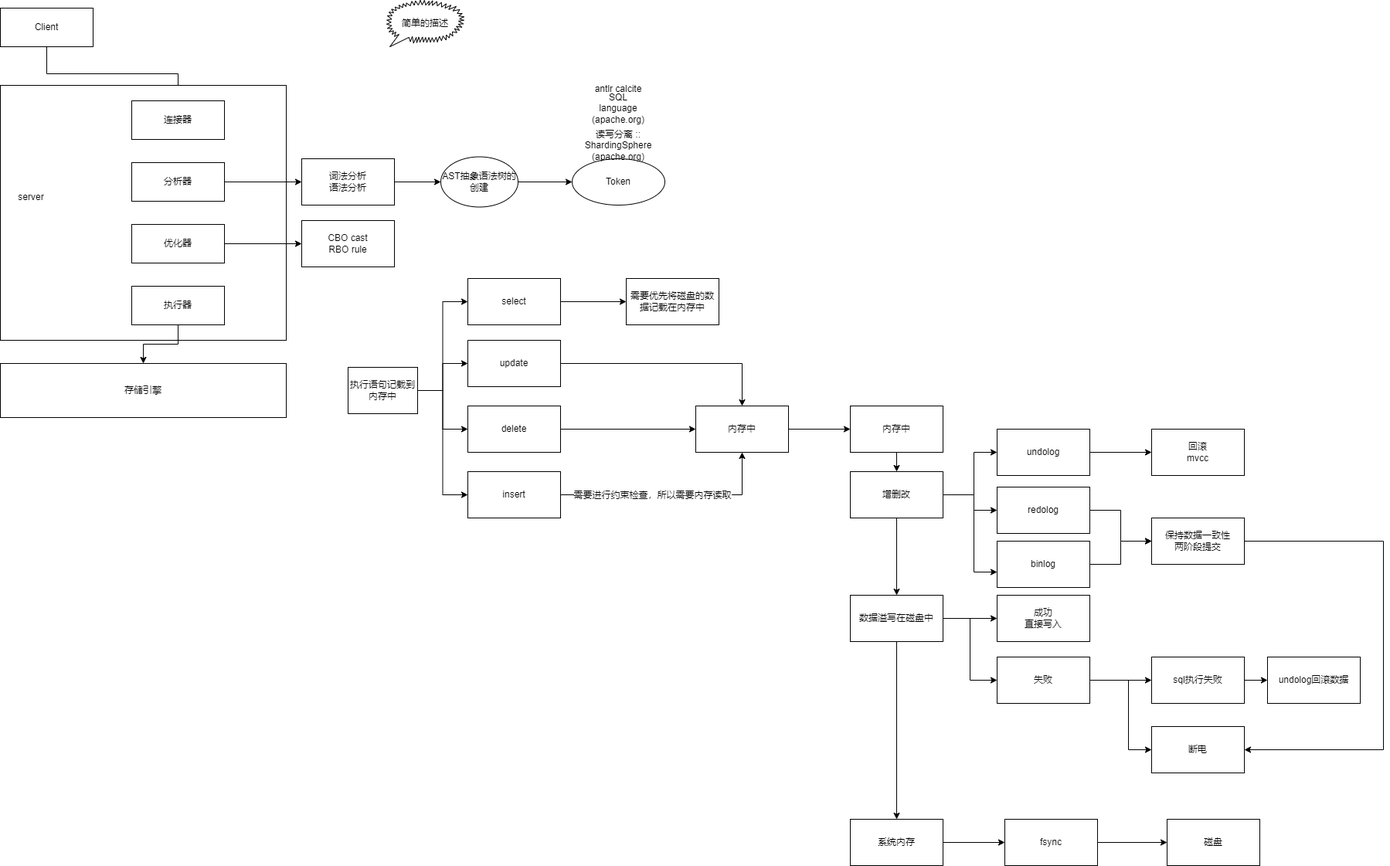
The draw.io diagram mysql执行.drawio.png in ShortPupil/VPicture, before a commit. Source tidied: cells renumbered, new cells last; positions are measured from the earlier drawing's top-left corner, leaving out a move shared by most shapes.
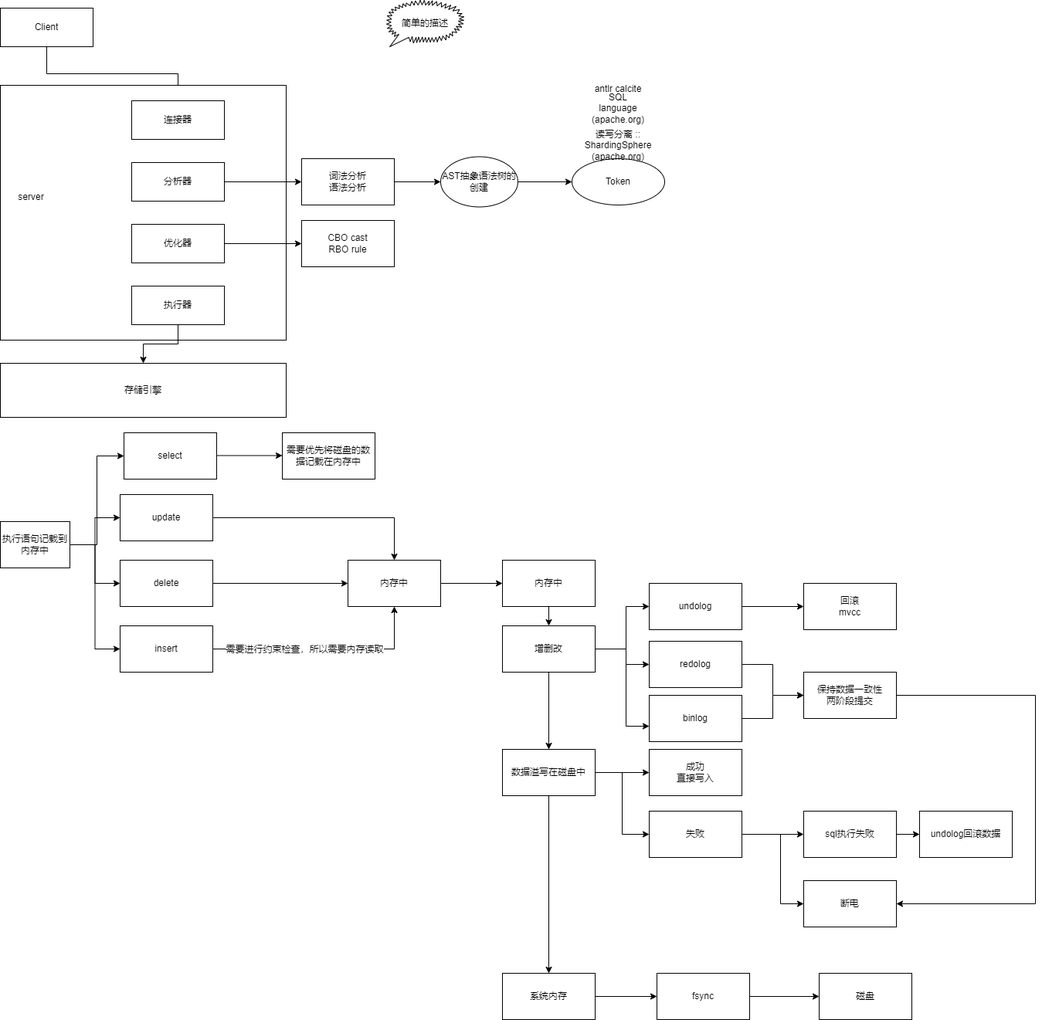
The same diagram one commit later.

Diff of the diagram source:
```diff
@@ -6,69 +6,69 @@
       <mxGeometry relative="1" as="geometry" />
     </mxCell>
     <mxCell id="3" value="Client" style="rounded=0;whiteSpace=wrap;html=1;" parent="1" vertex="1">
-      <mxGeometry y="10" width="120" height="50" as="geometry" />
+      <mxGeometry x="450" y="-190" width="120" height="50" as="geometry" />
     </mxCell>
     <mxCell id="4" style="rounded=0;whiteSpace=wrap;html=1;" parent="1" vertex="1">
-      <mxGeometry y="110" width="370" height="330" as="geometry" />
+      <mxGeometry x="450" y="-90" width="370" height="330" as="geometry" />
     </mxCell>
     <mxCell id="5" value="server" style="text;html=1;strokeColor=none;fillColor=none;align=center;verticalAlign=middle;whiteSpace=wrap;rounded=0;" parent="1" vertex="1">
-      <mxGeometry x="10" y="240" width="60" height="30" as="geometry" />
+      <mxGeometry x="460" y="40" width="60" height="30" as="geometry" />
     </mxCell>
     <mxCell id="6" value="存储引擎" style="rounded=0;whiteSpace=wrap;html=1;" parent="1" vertex="1">
-      <mxGeometry y="470" width="370" height="70" as="geometry" />
+      <mxGeometry x="450" y="270" width="370" height="70" as="geometry" />
     </mxCell>
     <mxCell id="7" value="连接器" style="rounded=0;whiteSpace=wrap;html=1;" parent="1" vertex="1">
-      <mxGeometry x="170" y="130" width="120" height="50" as="geometry" />
+      <mxGeometry x="620" y="-70" width="120" height="50" as="geometry" />
     </mxCell>
     <mxCell id="8" style="edgeStyle=orthogonalEdgeStyle;rounded=0;jettySize=auto;html=1;" parent="1" edge="1" source="9">
       <mxGeometry relative="1" as="geometry">
-        <mxPoint x="390" y="235" as="targetPoint" />
+        <mxPoint x="840" y="35" as="targetPoint" />
       </mxGeometry>
     </mxCell>
     <mxCell id="9" value="分析器" style="rounded=0;whiteSpace=wrap;html=1;" parent="1" vertex="1">
-      <mxGeometry x="170" y="210" width="120" height="50" as="geometry" />
+      <mxGeometry x="620" y="10" width="120" height="50" as="geometry" />
     </mxCell>
     <mxCell id="10" style="edgeStyle=orthogonalEdgeStyle;rounded=0;jettySize=auto;html=1;" parent="1" edge="1" source="11" target="20">
       <mxGeometry relative="1" as="geometry" />
     </mxCell>
     <mxCell id="11" value="优化器" style="rounded=0;whiteSpace=wrap;html=1;" parent="1" vertex="1">
-      <mxGeometry x="170" y="290" width="120" height="50" as="geometry" />
+      <mxGeometry x="620" y="90" width="120" height="50" as="geometry" />
     </mxCell>
     <mxCell id="12" style="edgeStyle=orthogonalEdgeStyle;rounded=0;jettySize=auto;html=1;" parent="1" edge="1" source="13" target="6">
       <mxGeometry relative="1" as="geometry" />
     </mxCell>
     <mxCell id="13" value="执行器" style="rounded=0;whiteSpace=wrap;html=1;" parent="1" vertex="1">
-      <mxGeometry x="170" y="370" width="120" height="50" as="geometry" />
+      <mxGeometry x="620" y="170" width="120" height="50" as="geometry" />
     </mxCell>
     <mxCell id="14" style="edgeStyle=orthogonalEdgeStyle;rounded=0;jettySize=auto;html=1;" parent="1" edge="1" source="15" target="17">
       <mxGeometry relative="1" as="geometry" />
     </mxCell>
     <mxCell id="15" value="词法分析&lt;br&gt;语法分析" style="rounded=0;whiteSpace=wrap;html=1;" parent="1" vertex="1">
-      <mxGeometry x="390" y="205" width="120" height="60" as="geometry" />
+      <mxGeometry x="840" y="5" width="120" height="60" as="geometry" />
     </mxCell>
     <mxCell id="16" style="edgeStyle=orthogonalEdgeStyle;rounded=0;jettySize=auto;html=1;" parent="1" edge="1" source="17" target="18">
       <mxGeometry relative="1" as="geometry" />
     </mxCell>
     <mxCell id="17" value="AST抽象语法树的创建" style="ellipse;whiteSpace=wrap;html=1;rounded=0;" parent="1" vertex="1">
-      <mxGeometry x="570" y="202.5" width="100" height="65" as="geometry" />
+      <mxGeometry x="1020" y="2.5" width="100" height="65" as="geometry" />
     </mxCell>
     <mxCell id="18" value="Token" style="ellipse;whiteSpace=wrap;html=1;rounded=0;" parent="1" vertex="1">
-      <mxGeometry x="740" y="205" width="120" height="60" as="geometry" />
+      <mxGeometry x="1190" y="5" width="120" height="60" as="geometry" />
     </mxCell>
     <mxCell id="19" value="&lt;a href=&quot;https://shardingsphere.apache.org/document/current/cn/features/readwrite-splitting/&quot;&gt;读写分离 :: ShardingSphere (apache.org)&lt;/a&gt;" style="text;html=1;strokeColor=none;fillColor=none;align=center;verticalAlign=middle;whiteSpace=wrap;rounded=0;" parent="1" vertex="1">
-      <mxGeometry x="770" y="173" width="60" height="30" as="geometry" />
+      <mxGeometry x="1220" y="-27" width="60" height="30" as="geometry" />
     </mxCell>
     <mxCell id="20" value="CBO cast&lt;br&gt;RBO rule" style="whiteSpace=wrap;html=1;rounded=0;" parent="1" vertex="1">
-      <mxGeometry x="390" y="285" width="120" height="60" as="geometry" />
+      <mxGeometry x="840" y="85" width="120" height="60" as="geometry" />
     </mxCell>
     <mxCell id="21" value="antlr calcite" style="text;html=1;strokeColor=none;fillColor=none;align=center;verticalAlign=middle;whiteSpace=wrap;rounded=0;" parent="1" vertex="1">
-      <mxGeometry x="745" y="100" width="110" height="30" as="geometry" />
+      <mxGeometry x="1195" y="-100" width="110" height="30" as="geometry" />
     </mxCell>
     <mxCell id="22" value="&lt;a href=&quot;https://calcite.apache.org/docs/reference.html&quot;&gt;SQL language (apache.org)&lt;/a&gt;" style="text;html=1;strokeColor=none;fillColor=none;align=center;verticalAlign=middle;whiteSpace=wrap;rounded=0;" parent="1" vertex="1">
-      <mxGeometry x="770" y="125" width="60" height="30" as="geometry" />
+      <mxGeometry x="1220" y="-75" width="60" height="30" as="geometry" />
     </mxCell>
     <mxCell id="23" value="简单的描述" style="whiteSpace=wrap;html=1;shape=mxgraph.basic.loud_callout;" parent="1" vertex="1">
-      <mxGeometry x="500" width="100" height="60" as="geometry" />
+      <mxGeometry x="950" y="-200" width="100" height="60" as="geometry" />
     </mxCell>
     <mxCell id="24" style="edgeStyle=orthogonalEdgeStyle;rounded=0;jettySize=auto;html=1;" parent="1" edge="1" source="28" target="30">
       <mxGeometry relative="1" as="geometry" />
@@ -85,48 +85,51 @@
     <mxCell id="28" value="执行语句记载到内存中" style="rounded=0;whiteSpace=wrap;html=1;" parent="1" vertex="1">
       <mxGeometry x="450" y="475" width="90" height="60" as="geometry" />
     </mxCell>
-    <mxCell id="29" style="edgeStyle=orthogonalEdgeStyle;rounded=0;jettySize=auto;html=1;entryX=0;entryY=0.5;entryDx=0;entryDy=0;" parent="1" edge="1" source="30" target="40">
-      <mxGeometry relative="1" as="geometry" />
-    </mxCell>
+    <mxCell id="74" style="edgeStyle=orthogonalEdgeStyle;rounded=0;jettySize=auto;html=1;entryX=0;entryY=0.5;entryDx=0;entryDy=0;" parent="1" edge="1" source="30" target="79">
+      <mxGeometry relative="1" as="geometry" />
+    </mxCell>
     <mxCell id="30" value="delete" style="whiteSpace=wrap;html=1;rounded=0;" parent="1" vertex="1">
       <mxGeometry x="605" y="525" width="120" height="60" as="geometry" />
     </mxCell>
-    <mxCell id="31" style="edgeStyle=orthogonalEdgeStyle;rounded=0;jettySize=auto;html=1;" parent="1" edge="1" source="32" target="40">
-      <mxGeometry relative="1" as="geometry" />
-    </mxCell>
+    <mxCell id="75" style="edgeStyle=orthogonalEdgeStyle;rounded=0;jettySize=auto;html=1;" parent="1" edge="1" source="32" target="79">
+      <mxGeometry relative="1" as="geometry" />
+    </mxCell>
     <mxCell id="32" value="update" style="whiteSpace=wrap;html=1;rounded=0;" parent="1" vertex="1">
       <mxGeometry x="605" y="440" width="120" height="60" as="geometry" />
     </mxCell>
-    <mxCell id="33" style="edgeStyle=orthogonalEdgeStyle;rounded=0;jettySize=auto;html=1;" parent="1" edge="1" source="34" target="38">
-      <mxGeometry relative="1" as="geometry" />
-    </mxCell>
+    <mxCell id="76" style="edgeStyle=orthogonalEdgeStyle;rounded=0;orthogonalLoop=1;jettySize=auto;html=1;" parent="1" edge="1">
+      <mxGeometry relative="1" as="geometry">
+        <mxPoint x="730" y="389.5" as="sourcePoint" />
+        <mxPoint x="815" y="389.5" as="targetPoint" />
+      </mxGeometry>
+    </mxCell>
     <mxCell id="34" value="select" style="whiteSpace=wrap;html=1;rounded=0;" parent="1" vertex="1">
-      <mxGeometry x="605" y="360" width="120" height="60" as="geometry" />
+      <mxGeometry x="610" y="360" width="120" height="60" as="geometry" />
     </mxCell>
-    <mxCell id="35" style="edgeStyle=orthogonalEdgeStyle;rounded=0;jettySize=auto;html=1;" parent="1" edge="1" source="37" target="40">
-      <mxGeometry relative="1" as="geometry" />
-    </mxCell>
+    <mxCell id="77" style="edgeStyle=orthogonalEdgeStyle;rounded=0;jettySize=auto;html=1;" parent="1" edge="1" source="37" target="79">
+      <mxGeometry relative="1" as="geometry" />
+    </mxCell>
-    <mxCell id="36" value="需要进行约束检查，所以需要内存读取" style="edgeLabel;html=1;align=center;verticalAlign=middle;" parent="35" vertex="1">
+    <mxCell id="36" value="需要进行约束检查，所以需要内存读取" style="edgeLabel;html=1;align=center;verticalAlign=middle;" parent="77" vertex="1">
       <mxGeometry x="-0.18" relative="1" as="geometry" />
     </mxCell>
     <mxCell id="37" value="insert" style="whiteSpace=wrap;html=1;rounded=0;" parent="1" vertex="1">
       <mxGeometry x="605" y="610" width="120" height="60" as="geometry" />
     </mxCell>
     <mxCell id="38" value="需要优先将磁盘的数据记载在内存中" style="whiteSpace=wrap;html=1;rounded=0;" parent="1" vertex="1">
-      <mxGeometry x="810" y="360" width="120" height="60" as="geometry" />
+      <mxGeometry x="815" y="360" width="120" height="60" as="geometry" />
     </mxCell>
-    <mxCell id="39" style="edgeStyle=orthogonalEdgeStyle;rounded=0;jettySize=auto;html=1;" parent="1" edge="1" source="40" target="42">
-      <mxGeometry relative="1" as="geometry" />
-    </mxCell>
-    <mxCell id="40" value="内存中" style="whiteSpace=wrap;html=1;rounded=0;" parent="1" vertex="1">
-      <mxGeometry x="900" y="525" width="120" height="60" as="geometry" />
-    </mxCell>
-    <mxCell id="41" style="edgeStyle=orthogonalEdgeStyle;rounded=0;jettySize=auto;html=1;" parent="1" edge="1" source="42" target="47">
-      <mxGeometry relative="1" as="geometry" />
-    </mxCell>
-    <mxCell id="42" value="内存中" style="whiteSpace=wrap;html=1;rounded=0;" parent="1" vertex="1">
-      <mxGeometry x="1100" y="525" width="120" height="60" as="geometry" />
-    </mxCell>
+    <mxCell id="78" style="edgeStyle=orthogonalEdgeStyle;rounded=0;jettySize=auto;html=1;" parent="1" edge="1" source="79" target="81">
+      <mxGeometry relative="1" as="geometry" />
+    </mxCell>
+    <mxCell id="79" value="内存中" style="whiteSpace=wrap;html=1;rounded=0;" parent="1" vertex="1">
+      <mxGeometry x="900" y="525" width="120" height="60" as="geometry" />
+    </mxCell>
+    <mxCell id="80" style="edgeStyle=orthogonalEdgeStyle;rounded=0;jettySize=auto;html=1;" parent="1" edge="1" source="81" target="47">
+      <mxGeometry relative="1" as="geometry" />
+    </mxCell>
+    <mxCell id="81" value="内存中" style="whiteSpace=wrap;html=1;rounded=0;" parent="1" vertex="1">
+      <mxGeometry x="1100" y="525" width="120" height="60" as="geometry" />
+    </mxCell>
     <mxCell id="43" style="edgeStyle=orthogonalEdgeStyle;rounded=0;jettySize=auto;html=1;" parent="1" edge="1" source="47" target="51">
       <mxGeometry relative="1" as="geometry" />
     </mxCell>
```
